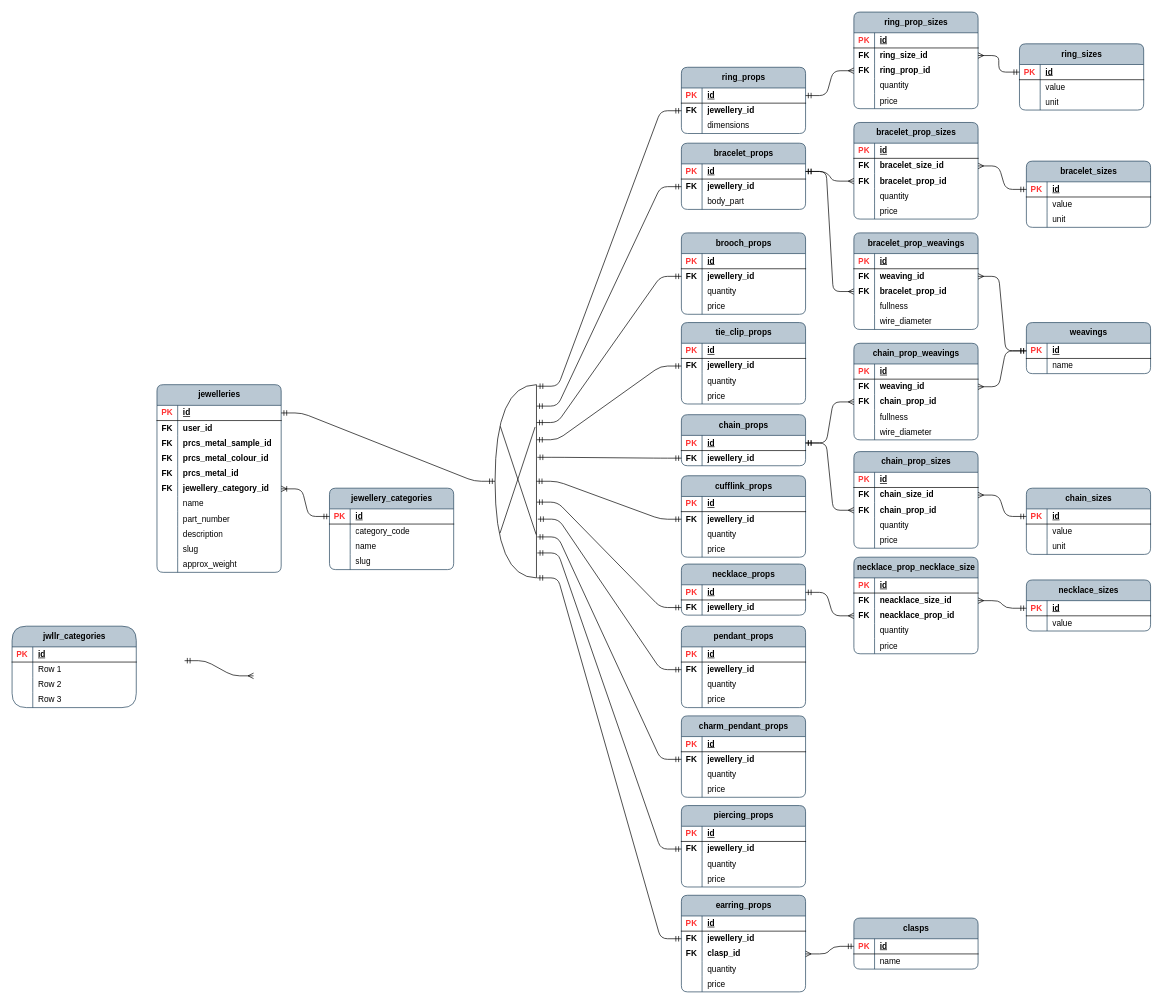
Above: page "categories" (6 of 6) of jewellery_items.drawio in acwstudio/app-ben-brumm (draw.io), before the change. Source tidied: cells renumbered, new cells numbered last; positions are measured from the earlier drawing's top-left corner, leaving out a move shared by most shapes. Both pictures are drawn from the tidied source at 69%, with x=0, y=0 at pixel (12, 12).
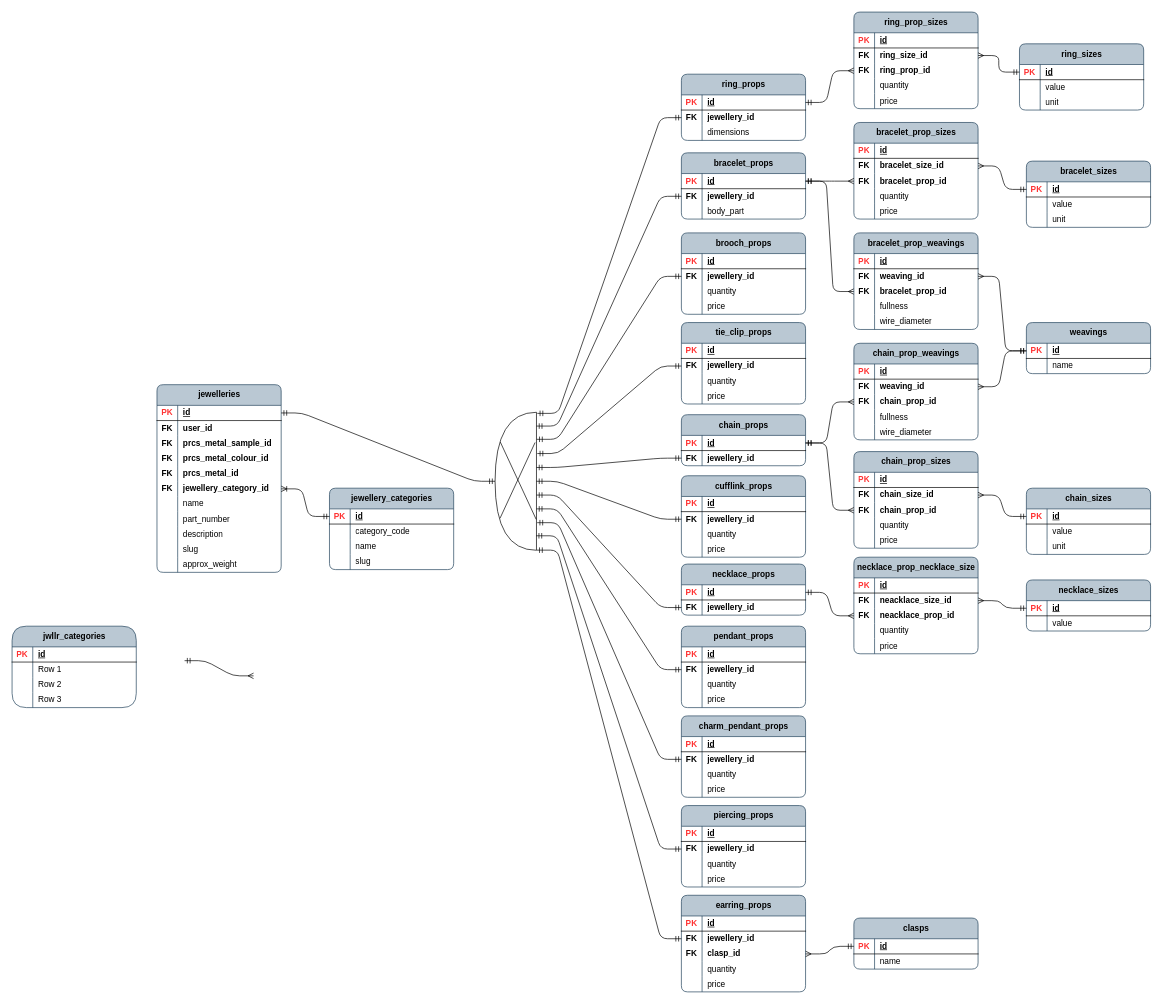
The same diagram, later.

The change refers to these unchanged cells:
```xml
<mxCell id="81" style="shape=tableRow;horizontal=0;startSize=0;swimlaneHead=0;swimlaneBody=0;fillColor=none;points=[[0,0.5],[1,0.5]];portConstraint=eastwest;top=0;left=0;right=0;bottom=0;rounded=0;" parent="77" vertex="1">
  <mxGeometry y="52" width="180" height="22" as="geometry" />
</mxCell>
<mxCell id="92" style="shape=tableRow;horizontal=0;startSize=0;swimlaneHead=0;swimlaneBody=0;fillColor=none;points=[[0,0.5],[1,0.5]];portConstraint=eastwest;top=0;left=0;right=0;bottom=0;rounded=0;" parent="88" vertex="1">
  <mxGeometry y="52" width="180" height="22" as="geometry" />
</mxCell>
<mxCell id="243" style="shape=tableRow;horizontal=0;startSize=0;swimlaneHead=0;swimlaneBody=0;fillColor=none;points=[[0,0.5],[1,0.5]];portConstraint=eastwest;top=0;left=0;right=0;bottom=0;rounded=0;" parent="239" vertex="1">
  <mxGeometry y="52" width="180" height="22" as="geometry" />
</mxCell>
<mxCell id="271" style="shape=tableRow;horizontal=0;startSize=0;swimlaneHead=0;swimlaneBody=0;fillColor=none;points=[[0,0.5],[1,0.5]];portConstraint=eastwest;top=0;left=0;right=0;bottom=0;rounded=0;" parent="267" vertex="1">
  <mxGeometry y="52" width="180" height="22" as="geometry" />
</mxCell>
<mxCell id="304" style="shape=tableRow;horizontal=0;startSize=0;swimlaneHead=0;swimlaneBody=0;fillColor=none;points=[[0,0.5],[1,0.5]];portConstraint=eastwest;top=0;left=0;right=0;bottom=0;rounded=0;" parent="300" vertex="1">
  <mxGeometry y="52" width="180" height="22" as="geometry" />
</mxCell>
<mxCell id="317" style="shape=tableRow;horizontal=0;startSize=0;swimlaneHead=0;swimlaneBody=0;fillColor=none;points=[[0,0.5],[1,0.5]];portConstraint=eastwest;top=0;left=0;right=0;bottom=0;rounded=0;" parent="313" vertex="1">
  <mxGeometry y="52" width="180" height="22" as="geometry" />
</mxCell>
<mxCell id="330" style="shape=tableRow;horizontal=0;startSize=0;swimlaneHead=0;swimlaneBody=0;fillColor=none;points=[[0,0.5],[1,0.5]];portConstraint=eastwest;top=0;left=0;right=0;bottom=0;rounded=0;" parent="326" vertex="1">
  <mxGeometry y="52" width="180" height="22" as="geometry" />
</mxCell>
<mxCell id="346" style="shape=tableRow;horizontal=0;startSize=0;swimlaneHead=0;swimlaneBody=0;fillColor=none;points=[[0,0.5],[1,0.5]];portConstraint=eastwest;top=0;left=0;right=0;bottom=0;rounded=0;" parent="342" vertex="1">
  <mxGeometry y="52" width="180" height="22" as="geometry" />
</mxCell>
```

What changed in the source:
```diff
@@
     <mxCell id="63" style="shape=or;whiteSpace=wrap;html=1;fillColor=none;direction=west;" parent="1" vertex="1">
-      <mxGeometry x="700" y="540" width="60" height="280" as="geometry" />
+      <mxGeometry x="700" y="580" width="60" height="200" as="geometry" />
     </mxCell>
@@
     <mxCell id="66" value="ring_props" style="shape=table;startSize=30;childLayout=tableLayout;rowLines=0;fontStyle=1;align=center;html=1;rounded=1;swimlaneFillColor=none;fillColor=#bac8d3;strokeColor=#23445d;columnLines=1;arcSize=10;" parent="1" vertex="1">
-      <mxGeometry x="970" y="80" width="180" height="96" as="geometry" />
+      <mxGeometry x="970" y="90" width="180" height="96" as="geometry" />
     </mxCell>
@@
     <mxCell id="77" value="bracelet_props" style="shape=table;startSize=30;childLayout=tableLayout;rowLines=0;fontStyle=1;align=center;html=1;rounded=1;swimlaneFillColor=none;fillColor=#bac8d3;strokeColor=#23445d;columnLines=1;arcSize=10;" parent="1" vertex="1">
-      <mxGeometry x="970" y="190" width="180" height="96" as="geometry" />
+      <mxGeometry x="970" y="204" width="180" height="96" as="geometry" />
     </mxCell>
@@
-    <mxCell id="87" style="edgeStyle=entityRelationEdgeStyle;fontSize=12;html=1;endArrow=ERmandOne;startArrow=ERmandOne;rounded=1;curved=0;entryX=0;entryY=0.5;entryDx=0;entryDy=0;exitX=-0.007;exitY=0.889;exitDx=0;exitDy=0;exitPerimeter=0;" parent="1" edge="1" source="63" target="81">
-      <mxGeometry relative="1" as="geometry" />
+    <mxCell id="87" style="edgeStyle=entityRelationEdgeStyle;fontSize=12;html=1;endArrow=ERmandOne;startArrow=ERmandOne;rounded=1;curved=0;entryX=0;entryY=0.5;entryDx=0;entryDy=0;" parent="1" edge="1" target="81">
+      <mxGeometry relative="1" as="geometry">
+        <mxPoint x="760" y="600" as="sourcePoint" />
+      </mxGeometry>
     </mxCell>
@@
-    <mxCell id="95" style="edgeStyle=entityRelationEdgeStyle;fontSize=12;html=1;endArrow=ERmandOne;startArrow=ERmandOne;rounded=1;curved=0;entryX=0;entryY=0.5;entryDx=0;entryDy=0;exitX=-0.02;exitY=0.624;exitDx=0;exitDy=0;exitPerimeter=0;" parent="1" edge="1" source="63" target="92">
-      <mxGeometry relative="1" as="geometry" />
+    <mxCell id="95" style="edgeStyle=entityRelationEdgeStyle;fontSize=12;html=1;endArrow=ERmandOne;startArrow=ERmandOne;rounded=1;curved=0;entryX=0;entryY=0.5;entryDx=0;entryDy=0;" parent="1" edge="1" target="92">
+      <mxGeometry relative="1" as="geometry">
+        <mxPoint x="760" y="660" as="sourcePoint" />
+      </mxGeometry>
     </mxCell>
@@
-    <mxCell id="252" style="edgeStyle=entityRelationEdgeStyle;fontSize=12;html=1;endArrow=ERmandOne;startArrow=ERmandOne;rounded=1;curved=0;entryX=0;entryY=0.5;entryDx=0;entryDy=0;exitX=-0.007;exitY=0.715;exitDx=0;exitDy=0;exitPerimeter=0;" parent="1" edge="1" source="63" target="243">
+    <mxCell id="252" style="edgeStyle=entityRelationEdgeStyle;fontSize=12;html=1;endArrow=ERmandOne;startArrow=ERmandOne;rounded=1;curved=0;entryX=0;entryY=0.5;entryDx=0;entryDy=0;exitX=-0.02;exitY=0.701;exitDx=0;exitDy=0;exitPerimeter=0;" parent="1" edge="1" source="63" target="243">
       <mxGeometry relative="1" as="geometry" />
     </mxCell>
@@
-    <mxCell id="298" style="edgeStyle=entityRelationEdgeStyle;fontSize=12;html=1;endArrow=ERmandOne;startArrow=ERmandOne;rounded=1;curved=0;entryX=0;entryY=0.5;entryDx=0;entryDy=0;exitX=-0.007;exitY=0.392;exitDx=0;exitDy=0;exitPerimeter=0;arcSize=20;segment=30;" parent="1" edge="1" source="63" target="271">
-      <mxGeometry relative="1" as="geometry" />
+    <mxCell id="298" style="edgeStyle=entityRelationEdgeStyle;fontSize=12;html=1;endArrow=ERmandOne;startArrow=ERmandOne;rounded=1;curved=0;entryX=0;entryY=0.5;entryDx=0;entryDy=0;arcSize=20;segment=30;" parent="1" edge="1" target="271">
+      <mxGeometry relative="1" as="geometry">
+        <mxPoint x="760" y="700" as="sourcePoint" />
+      </mxGeometry>
     </mxCell>
@@
-    <mxCell id="355" style="edgeStyle=entityRelationEdgeStyle;fontSize=12;html=1;endArrow=ERmandOne;startArrow=ERmandOne;rounded=1;curved=0;entryX=0;entryY=0.5;entryDx=0;entryDy=0;exitX=-0.033;exitY=0.304;exitDx=0;exitDy=0;exitPerimeter=0;arcSize=20;segment=30;" parent="1" edge="1" source="63" target="304">
-      <mxGeometry relative="1" as="geometry" />
+    <mxCell id="355" style="edgeStyle=entityRelationEdgeStyle;fontSize=12;html=1;endArrow=ERmandOne;startArrow=ERmandOne;rounded=1;curved=0;entryX=0;entryY=0.5;entryDx=0;entryDy=0;arcSize=20;segment=30;" parent="1" edge="1" target="304">
+      <mxGeometry relative="1" as="geometry">
+        <mxPoint x="760" y="720" as="sourcePoint" />
+      </mxGeometry>
     </mxCell>
-    <mxCell id="356" style="edgeStyle=entityRelationEdgeStyle;fontSize=12;html=1;endArrow=ERmandOne;startArrow=ERmandOne;rounded=1;curved=0;entryX=0;entryY=0.5;entryDx=0;entryDy=0;arcSize=20;segment=30;exitX=-0.02;exitY=0.212;exitDx=0;exitDy=0;exitPerimeter=0;" parent="1" edge="1" source="63" target="346">
-      <mxGeometry relative="1" as="geometry" />
+    <mxCell id="356" style="edgeStyle=entityRelationEdgeStyle;fontSize=12;html=1;endArrow=ERmandOne;startArrow=ERmandOne;rounded=1;curved=0;entryX=0;entryY=0.5;entryDx=0;entryDy=0;arcSize=20;segment=30;" parent="1" edge="1" target="346">
+      <mxGeometry relative="1" as="geometry">
+        <mxPoint x="761" y="740" as="sourcePoint" />
+      </mxGeometry>
     </mxCell>
-    <mxCell id="357" style="edgeStyle=entityRelationEdgeStyle;fontSize=12;html=1;endArrow=ERmandOne;startArrow=ERmandOne;rounded=1;curved=0;entryX=0;entryY=0.5;entryDx=0;entryDy=0;arcSize=20;segment=30;exitX=-0.02;exitY=0.129;exitDx=0;exitDy=0;exitPerimeter=0;" parent="1" edge="1" source="63" target="317">
+    <mxCell id="357" style="edgeStyle=entityRelationEdgeStyle;fontSize=12;html=1;endArrow=ERmandOne;startArrow=ERmandOne;rounded=1;curved=0;entryX=0;entryY=0.5;entryDx=0;entryDy=0;arcSize=20;segment=30;exitX=0.007;exitY=0.105;exitDx=0;exitDy=0;exitPerimeter=0;" parent="1" edge="1" source="63" target="317">
       <mxGeometry relative="1" as="geometry" />
     </mxCell>
-    <mxCell id="358" style="edgeStyle=entityRelationEdgeStyle;fontSize=12;html=1;endArrow=ERmandOne;startArrow=ERmandOne;rounded=1;curved=0;entryX=0;entryY=0.5;entryDx=0;entryDy=0;arcSize=20;segment=30;" parent="1" edge="1" target="330">
-      <mxGeometry relative="1" as="geometry">
-        <mxPoint x="761" y="820" as="sourcePoint" />
-      </mxGeometry>
+    <mxCell id="358" style="edgeStyle=entityRelationEdgeStyle;fontSize=12;html=1;endArrow=ERmandOne;startArrow=ERmandOne;rounded=1;curved=0;entryX=0;entryY=0.5;entryDx=0;entryDy=0;arcSize=20;segment=30;exitX=-0.007;exitY=0.001;exitDx=0;exitDy=0;exitPerimeter=0;" parent="1" edge="1" source="63" target="330">
+      <mxGeometry relative="1" as="geometry" />
     </mxCell>
```
